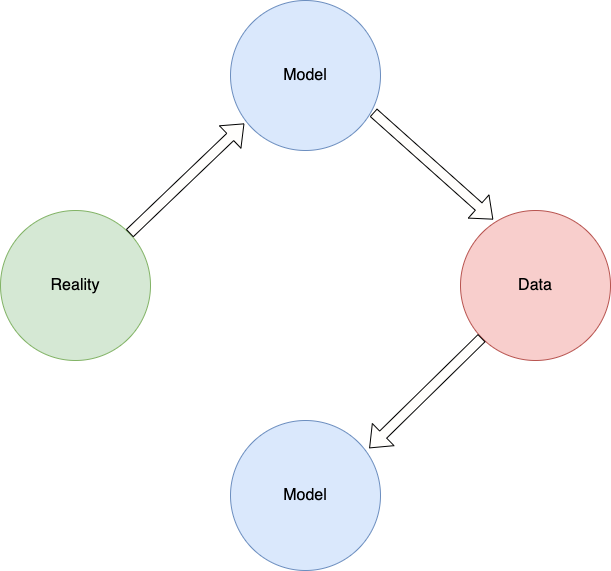
The draw.io diagram images/reality-model-data.png in sabanejad/demand-response-pydata-2023, before a commit. Source tidied: cells renumbered, new cells last; positions are measured from the earlier drawing's top-left corner, leaving out a move shared by most shapes. Its diagram source:
```xml
<mxGraphModel>
  <root>
    <mxCell id="0" />
    <mxCell id="1" parent="0" />
    <mxCell id="2" value="&lt;font size=&quot;3&quot;&gt;Reality&lt;/font&gt;" style="ellipse;whiteSpace=wrap;html=1;fillColor=#d5e8d4;strokeColor=#82b366;" parent="1" vertex="1">
      <mxGeometry y="210" width="150" height="150" as="geometry" />
    </mxCell>
    <mxCell id="3" value="&lt;font size=&quot;3&quot;&gt;Model&lt;/font&gt;" style="ellipse;whiteSpace=wrap;html=1;fillColor=#dae8fc;strokeColor=#6c8ebf;" parent="1" vertex="1">
      <mxGeometry x="230" width="150" height="150" as="geometry" />
    </mxCell>
    <mxCell id="4" value="&lt;font size=&quot;3&quot;&gt;Data&lt;br&gt;&lt;/font&gt;" style="ellipse;whiteSpace=wrap;html=1;fillColor=#f8cecc;strokeColor=#b85450;" parent="1" vertex="1">
      <mxGeometry x="460" y="210" width="150" height="150" as="geometry" />
    </mxCell>
    <mxCell id="5" value="&lt;font size=&quot;3&quot;&gt;Model&lt;/font&gt;" style="ellipse;whiteSpace=wrap;html=1;fillColor=#dae8fc;strokeColor=#6c8ebf;" parent="1" vertex="1">
      <mxGeometry x="230" y="420" width="150" height="150" as="geometry" />
    </mxCell>
    <mxCell id="6" style="shape=flexArrow;endArrow=classic;html=1;rounded=0;entryX=0.092;entryY=0.82;entryDx=0;entryDy=0;entryPerimeter=0;fillColor=#FFFEFC;fillStyle=solid;" parent="1" edge="1" source="2" target="3">
      <mxGeometry relative="1" as="geometry" />
    </mxCell>
    <mxCell id="7" style="shape=flexArrow;endArrow=classic;html=1;rounded=0;exitX=0.952;exitY=0.747;exitDx=0;exitDy=0;exitPerimeter=0;entryX=0.218;entryY=0.06;entryDx=0;entryDy=0;entryPerimeter=0;fillColor=#FFFEFC;fillStyle=solid;" parent="1" edge="1" source="3" target="4">
      <mxGeometry relative="1" as="geometry" />
    </mxCell>
    <mxCell id="8" style="shape=flexArrow;endArrow=classic;html=1;rounded=0;entryX=0.925;entryY=0.185;entryDx=0;entryDy=0;entryPerimeter=0;fillColor=#FFFEFC;fillStyle=solid;" parent="1" edge="1" source="4" target="5">
      <mxGeometry relative="1" as="geometry" />
    </mxCell>
  </root>
</mxGraphModel>
```
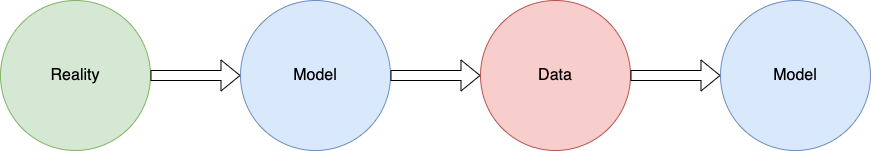
The same diagram one commit later.

Diff of the diagram source:
```diff
@@ -3,24 +3,24 @@
     <mxCell id="0" />
     <mxCell id="1" parent="0" />
     <mxCell id="2" value="&lt;font size=&quot;3&quot;&gt;Reality&lt;/font&gt;" style="ellipse;whiteSpace=wrap;html=1;fillColor=#d5e8d4;strokeColor=#82b366;" parent="1" vertex="1">
-      <mxGeometry y="210" width="150" height="150" as="geometry" />
+      <mxGeometry x="-70" y="20" width="150" height="150" as="geometry" />
     </mxCell>
     <mxCell id="3" value="&lt;font size=&quot;3&quot;&gt;Model&lt;/font&gt;" style="ellipse;whiteSpace=wrap;html=1;fillColor=#dae8fc;strokeColor=#6c8ebf;" parent="1" vertex="1">
-      <mxGeometry x="230" width="150" height="150" as="geometry" />
+      <mxGeometry x="170" y="20" width="150" height="150" as="geometry" />
     </mxCell>
     <mxCell id="4" value="&lt;font size=&quot;3&quot;&gt;Data&lt;br&gt;&lt;/font&gt;" style="ellipse;whiteSpace=wrap;html=1;fillColor=#f8cecc;strokeColor=#b85450;" parent="1" vertex="1">
-      <mxGeometry x="460" y="210" width="150" height="150" as="geometry" />
+      <mxGeometry x="410" y="20" width="150" height="150" as="geometry" />
     </mxCell>
     <mxCell id="5" value="&lt;font size=&quot;3&quot;&gt;Model&lt;/font&gt;" style="ellipse;whiteSpace=wrap;html=1;fillColor=#dae8fc;strokeColor=#6c8ebf;" parent="1" vertex="1">
-      <mxGeometry x="230" y="420" width="150" height="150" as="geometry" />
+      <mxGeometry x="650" y="20" width="150" height="150" as="geometry" />
     </mxCell>
-    <mxCell id="6" style="shape=flexArrow;endArrow=classic;html=1;rounded=0;entryX=0.092;entryY=0.82;entryDx=0;entryDy=0;entryPerimeter=0;fillColor=#FFFEFC;fillStyle=solid;" parent="1" edge="1" source="2" target="3">
+    <mxCell id="6" style="shape=flexArrow;endArrow=classic;html=1;rounded=0;entryX=0;entryY=0.5;entryDx=0;entryDy=0;fillColor=#FFFEFC;fillStyle=solid;" parent="1" edge="1" source="2" target="3">
       <mxGeometry relative="1" as="geometry" />
     </mxCell>
-    <mxCell id="7" style="shape=flexArrow;endArrow=classic;html=1;rounded=0;exitX=0.952;exitY=0.747;exitDx=0;exitDy=0;exitPerimeter=0;entryX=0.218;entryY=0.06;entryDx=0;entryDy=0;entryPerimeter=0;fillColor=#FFFEFC;fillStyle=solid;" parent="1" edge="1" source="3" target="4">
+    <mxCell id="7" style="shape=flexArrow;endArrow=classic;html=1;rounded=0;exitX=1;exitY=0.5;exitDx=0;exitDy=0;entryX=0;entryY=0.5;entryDx=0;entryDy=0;fillColor=#FFFEFC;fillStyle=solid;" parent="1" edge="1" source="3" target="4">
       <mxGeometry relative="1" as="geometry" />
     </mxCell>
-    <mxCell id="8" style="shape=flexArrow;endArrow=classic;html=1;rounded=0;entryX=0.925;entryY=0.185;entryDx=0;entryDy=0;entryPerimeter=0;fillColor=#FFFEFC;fillStyle=solid;" parent="1" edge="1" source="4" target="5">
+    <mxCell id="8" style="shape=flexArrow;endArrow=classic;html=1;rounded=0;fillColor=#FFFEFC;fillStyle=solid;exitX=1;exitY=0.5;exitDx=0;exitDy=0;" parent="1" edge="1" source="4" target="5">
       <mxGeometry relative="1" as="geometry" />
     </mxCell>
   </root>
```
